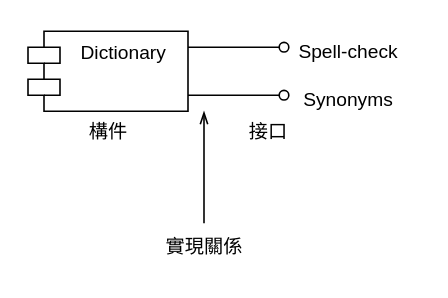
This is 3.drawio from rekcahtsebeht/SM, a draw.io file, before an edit. Source tidied: cells renumbered, new cells numbered last; positions are measured from the earlier drawing's top-left corner, leaving out a move shared by most shapes. Both pictures are drawn from the tidied source at 160%, with x=0, y=0 at pixel (27, 27).
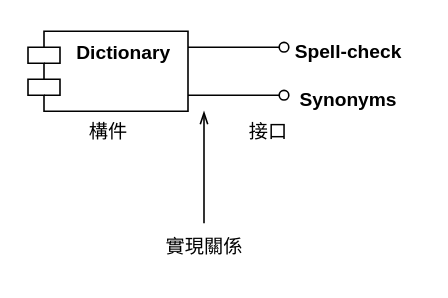
Above is the later version.

The edit, as a diff of the source:
```diff
@@
 <mxGraphModel>
   <root>
     <mxCell id="0" />
     <mxCell id="1" parent="0" />
-    <mxCell id="2" value="Dictionary" style="shape=module;align=left;spacingLeft=20;align=center;verticalAlign=top;whiteSpace=wrap;html=1;" parent="1" vertex="1">
+    <mxCell id="2" value="&lt;b&gt;Dictionary&lt;/b&gt;" style="shape=module;align=left;spacingLeft=20;align=center;verticalAlign=top;whiteSpace=wrap;html=1;" parent="1" vertex="1">
       <mxGeometry y="2" width="100" height="50" as="geometry" />
     </mxCell>
     <mxCell id="3" value="構件" style="text;html=1;align=center;verticalAlign=middle;strokeColor=none;fillColor=none;" parent="1" vertex="1">
       <mxGeometry x="25" y="50" width="50" height="30" as="geometry" />
     </mxCell>
     <mxCell id="4" style="endArrow=oval;html=1;rounded=0;endFill=0;" parent="1" edge="1">
       <mxGeometry relative="1" as="geometry">
         <mxPoint x="100" y="12" as="sourcePoint" />
         <mxPoint x="160" y="12" as="targetPoint" />
       </mxGeometry>
     </mxCell>
     <mxCell id="5" style="endArrow=oval;html=1;rounded=0;endFill=0;" parent="1" edge="1">
       <mxGeometry relative="1" as="geometry">
         <mxPoint x="100" y="42" as="sourcePoint" />
         <mxPoint x="160" y="42" as="targetPoint" />
       </mxGeometry>
     </mxCell>
-    <mxCell id="6" value="Spell-check" style="text;html=1;align=center;verticalAlign=middle;strokeColor=none;fillColor=none;" parent="1" vertex="1">
+    <mxCell id="6" value="&lt;b&gt;Spell-check&lt;/b&gt;" style="text;html=1;align=center;verticalAlign=middle;strokeColor=none;fillColor=none;" parent="1" vertex="1">
       <mxGeometry x="155" width="90" height="30" as="geometry" />
     </mxCell>
-    <mxCell id="7" value="Synonyms" style="text;html=1;align=center;verticalAlign=middle;strokeColor=none;fillColor=none;" parent="1" vertex="1">
+    <mxCell id="7" value="&lt;b&gt;Synonyms&lt;/b&gt;" style="text;html=1;align=center;verticalAlign=middle;strokeColor=none;fillColor=none;" parent="1" vertex="1">
       <mxGeometry x="160" y="30" width="80" height="30" as="geometry" />
     </mxCell>
     <mxCell id="8" value="接口" style="text;html=1;align=center;verticalAlign=middle;strokeColor=none;fillColor=none;" parent="1" vertex="1">
       <mxGeometry x="125" y="50" width="50" height="30" as="geometry" />
     </mxCell>
     <mxCell id="9" style="endArrow=openThin;html=1;rounded=0;endFill=0;" parent="1" edge="1">
       <mxGeometry relative="1" as="geometry">
         <mxPoint x="110" y="122" as="sourcePoint" />
         <mxPoint x="110" y="52" as="targetPoint" />
       </mxGeometry>
     </mxCell>
     <mxCell id="10" value="實現關係" style="text;html=1;align=center;verticalAlign=middle;strokeColor=none;fillColor=none;" parent="1" vertex="1">
       <mxGeometry x="75" y="122" width="70" height="30" as="geometry" />
     </mxCell>
   </root>
 </mxGraphModel>
```
